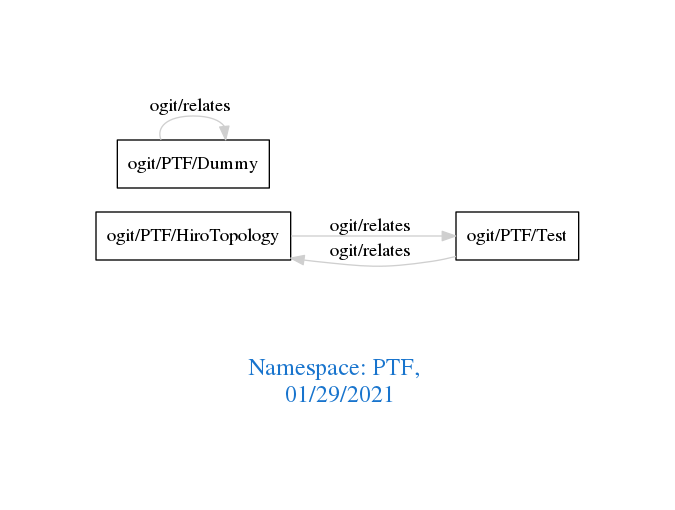
Before: downloads/PTF.png, a diagram exported from Graphviz (arago/OGIT). Its source is kept beside it as downloads/PTF.dot. Its diagram source:
```dot
digraph OGIT_ontology {
 graph [ rankdir= LR,pad=1
fontsize = 18,
fontcolor= dodgerblue3,label = "\n\n\nNamespace: PTF, \n 01/29/2021"];
node[shape=polygon];
edge [  color="gray81"];

   "ogit/PTF/HiroTopology" -> "ogit/PTF/Test" [label="   ogit/relates    "];
   "ogit/PTF/Test" -> "ogit/PTF/HiroTopology" [label="   ogit/relates    "];
   "ogit/PTF/Dummy" -> "ogit/PTF/Dummy" [label="   ogit/relates    "];
}
```
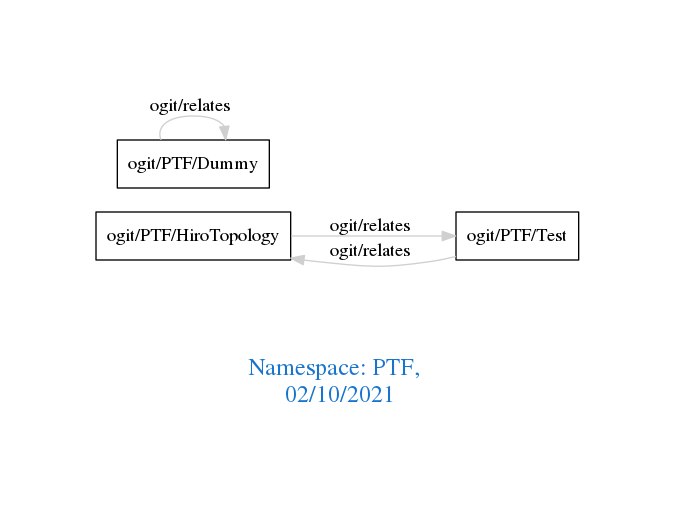
After the change.

Diff of the diagram source:
```diff
@@ -1,7 +1,7 @@
 digraph OGIT_ontology {
  graph [ rankdir= LR,pad=1
 fontsize = 18,
-fontcolor= dodgerblue3,label = "\n\n\nNamespace: PTF, \n 01/29/2021"];
+fontcolor= dodgerblue3,label = "\n\n\nNamespace: PTF, \n 02/10/2021"];
 node[shape=polygon];
 edge [  color="gray81"];
 
```
